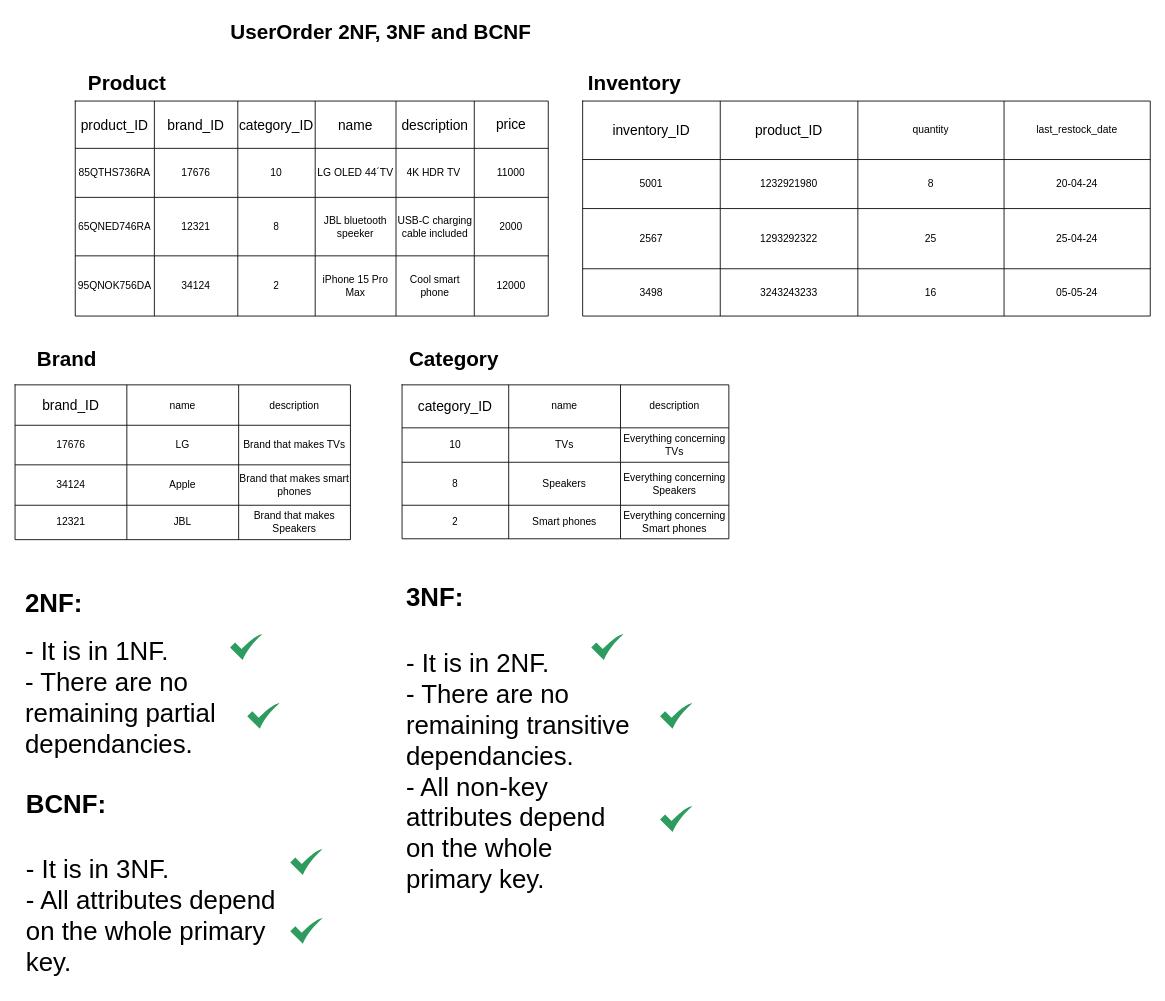
Above: page "UserOrder 2NF, 3NF and BCNF" (3 of 8) of database-models/ER_models_final.drawio in emilkle/electromart-ecom-website (draw.io), before the change. Source tidied: cells renumbered, new cells numbered last; positions are measured from the earlier drawing's top-left corner, leaving out a move shared by most shapes. Both pictures are drawn from the tidied source at 86%, with x=0, y=0 at pixel (15, 15).
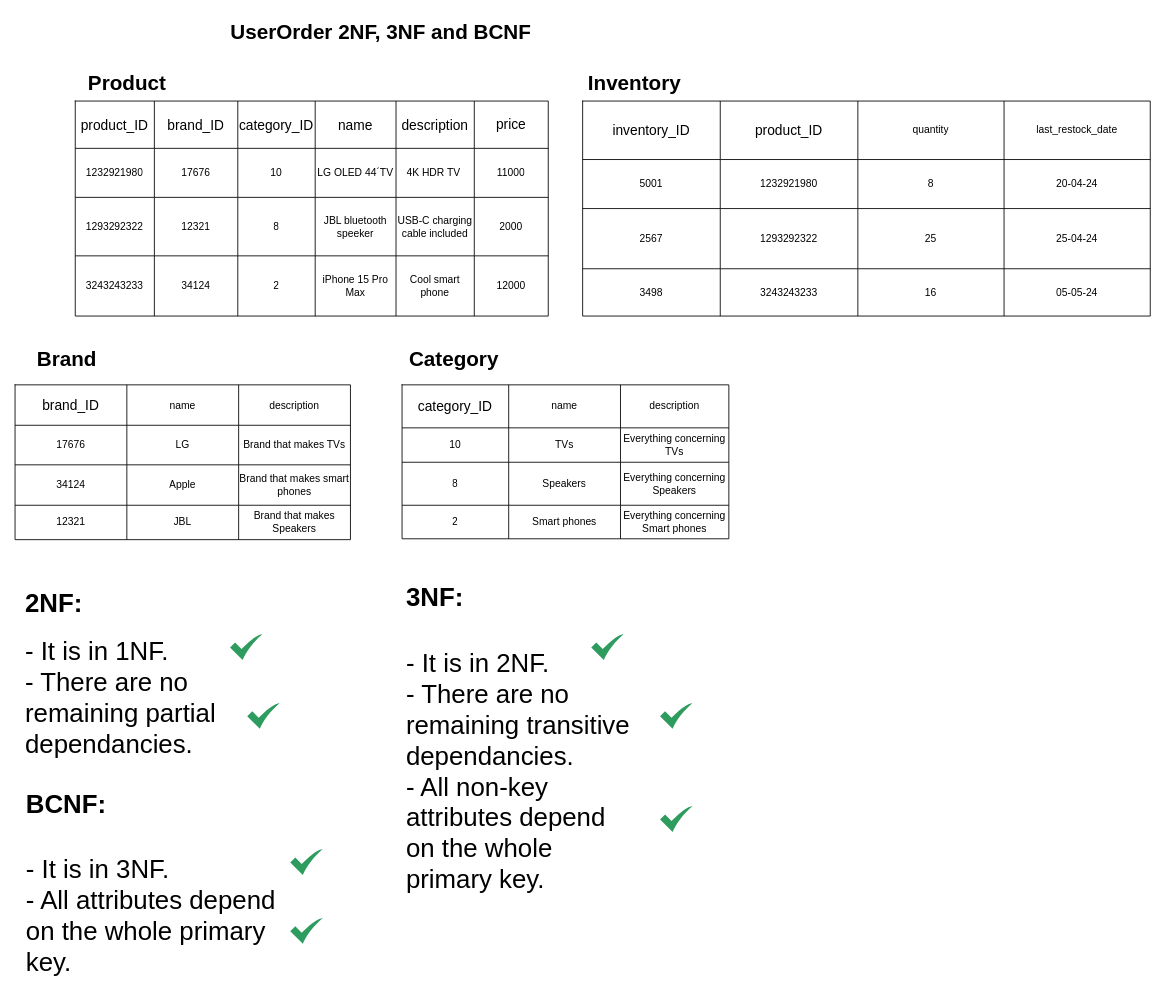
After the change.

The change refers to these unchanged cells:
```xml
<mxCell id="10" style="shape=tableRow;horizontal=0;startSize=0;swimlaneHead=0;swimlaneBody=0;top=0;left=0;bottom=0;right=0;fillColor=none;" parent="2" vertex="1">
  <mxGeometry y="55" width="550" height="57" as="geometry" />
</mxCell>
<mxCell id="17" style="shape=tableRow;horizontal=0;startSize=0;swimlaneHead=0;swimlaneBody=0;top=0;left=0;bottom=0;right=0;fillColor=none;" parent="2" vertex="1">
  <mxGeometry y="112" width="550" height="68" as="geometry" />
</mxCell>
<mxCell id="24" style="shape=tableRow;horizontal=0;startSize=0;swimlaneHead=0;swimlaneBody=0;top=0;left=0;bottom=0;right=0;fillColor=none;" parent="2" vertex="1">
  <mxGeometry y="180" width="550" height="70" as="geometry" />
</mxCell>
```

Diff of the diagram source:
```diff
@@
-    <mxCell id="11" value="85QTHS736RA" style="shape=partialRectangle;html=1;whiteSpace=wrap;fillColor=none;top=0;left=0;bottom=0;right=0;overflow=hidden;" parent="10" vertex="1">
+    <mxCell id="11" value="1232921980" style="shape=partialRectangle;html=1;whiteSpace=wrap;fillColor=none;top=0;left=0;bottom=0;right=0;overflow=hidden;" parent="10" vertex="1">
       <mxGeometry width="92" height="57" as="geometry" />
     </mxCell>
@@
-    <mxCell id="18" value="65QNED746RA" style="shape=partialRectangle;html=1;whiteSpace=wrap;fillColor=none;top=0;left=0;bottom=0;right=0;overflow=hidden;" parent="17" vertex="1">
+    <mxCell id="18" value="1293292322" style="shape=partialRectangle;html=1;whiteSpace=wrap;fillColor=none;top=0;left=0;bottom=0;right=0;overflow=hidden;" parent="17" vertex="1">
       <mxGeometry width="92" height="68" as="geometry" />
     </mxCell>
@@
-    <mxCell id="25" value="95QNOK756DA" style="shape=partialRectangle;html=1;whiteSpace=wrap;fillColor=none;top=0;left=0;bottom=0;right=0;overflow=hidden;" parent="24" vertex="1">
+    <mxCell id="25" value="3243243233" style="shape=partialRectangle;html=1;whiteSpace=wrap;fillColor=none;top=0;left=0;bottom=0;right=0;overflow=hidden;" parent="24" vertex="1">
       <mxGeometry width="92" height="70" as="geometry" />
     </mxCell>
```
